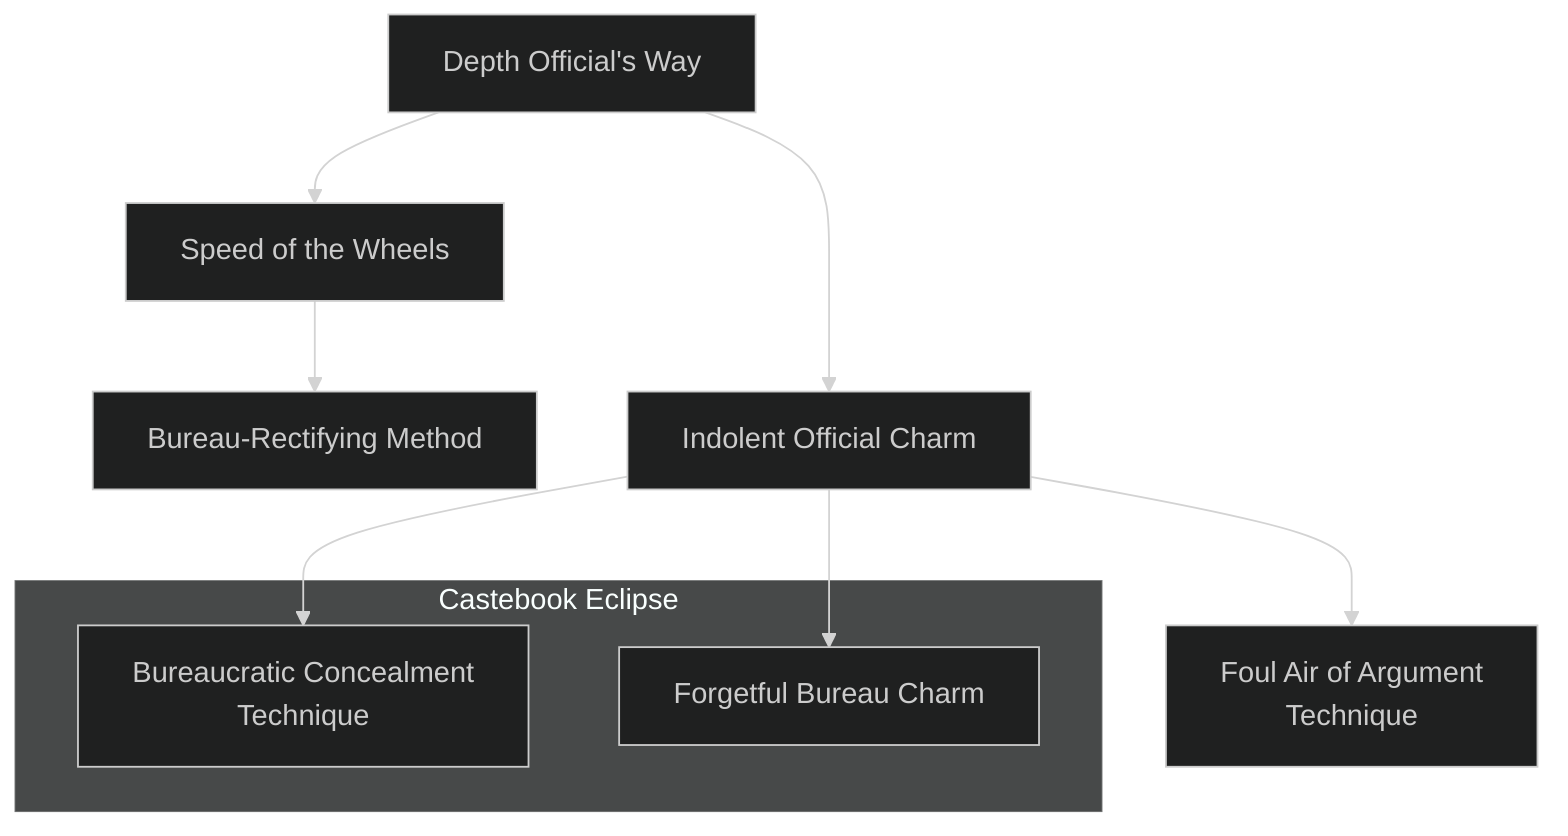
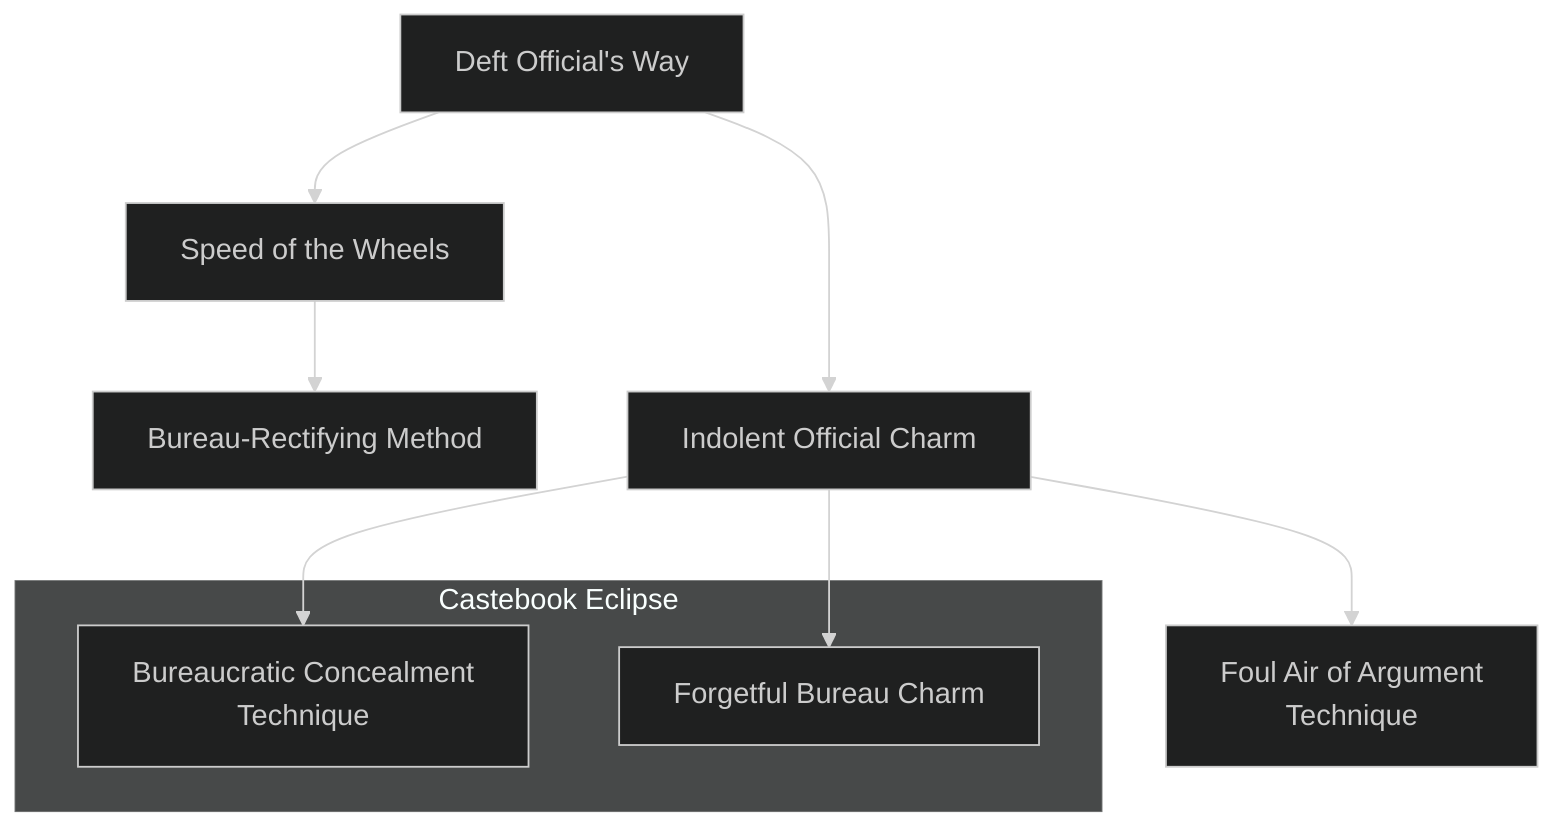
---
config:
  theme: dark
---
flowchart TD


-     depth_officials_way[Depth Official's Way]
-     click depth_officials_way callback "
-         Depth Official's Way<br>
+     deft_officials_way[Deft Official's Way]
+     click deft_officials_way callback "
+         Deft Official's Way<br>
        <br>
        Cost: 6 motes<br>
        Duration: One task<br>
        Type: Simple<br>
        Minimum Bureaucracy: 1<br>
        Minimum Essence: 1<br>
        Prerequisite Charms: None<br>
        <br>
        An Exalted who uses this Charm becomes preternaturally
        adept at navigating through bureaucracies. The
        character can naturally sense who to talk to in order to
        produce results, who expects or is amenable to bribes, which
        functionaries are actually useful or friendly and which are
        simply petty individuals enjoying their tiny sliver of power.
        A player whose character uses this Charm may add the
        character's Essence score in automatic successes to any
        Bureaucracy rolls when attempting to achieve a given result
        in a bureaucracy (for example, obtain a license, passport,
        grant or audience). Note that this Charm does not make the
        impossible possible or allow an impoverished character to
        pay bribes she cannot afford, but it may allow the character
        to find away around such obstacles.
        "

    speed_of_the_wheels[Speed of the Wheels]
-     depth_officials_way --> speed_of_the_wheels
+     deft_officials_way --> speed_of_the_wheels
    click speed_of_the_wheels callback "
        Speed of the Wheels<br>
        <br>
        Cost: 8 motes<br>
        Duration: One task<br>
        Type: Simple<br>
        Minimum Bureaucracy: 3<br>
        Minimum Essence: 2<br>
        Prerequisite Charms: Deft Official's Way<br>
        <br>
        Through the use of this Charm, a character can cause
        a bureaucracy to accomplish a task in record time. An
        Exalted using Speed the Wheels causes the bureaucracy to
        work (her Essence + 1) times faster for the duration of a
        particular job. For example, a character with Essence 3 who
        uses the Speed the Wheels Charm to expedite an appeal to
        the ruler of a city to use the naval dry-docks to repair her ship
        would be able to make the appropriate appointments and
        cause the proper papers to be read four times faster than
        normal. Note that this Charm simply speeds the process, it
        does not increase the character's chances of success. Characters
        who wish to improve their chances of success should
        use Social Charms or Deft Official's Way.
        "

    bureau_rectifying_method[Bureau-Rectifying Method]
    speed_of_the_wheels --> bureau_rectifying_method
    click bureau_rectifying_method callback "
        Bureau-Rectifying Method<br>
        <br>
        Cost: 8 motes, 1 Willpower<br>
        Duration: One investigation<br>
        Type: Simple<br>
        Minimum Bureaucracy: 5<br>
        Minimum Essence: 3<br>
        Prerequisite Charms: Speed the Wheels<br>
        <br>
        An Exalted who knows this Charm may use it to aid in
        an investigation of corruption in a bureaucracy. In order for
        this Charm to work, the character must either request or
        take part in the investigation. The result will be an actual
        investigation — there will be genuine inquiries, real punishments
        and, potentially, even meaningful reform. If this
        Charm is used by an Exalted who is heading an investigation,
        it causes questioned individuals to be much more
        cooperative than they would be otherwise, and subordinates
        who would otherwise go through the motions of their jobs
        will instead actually attempt to ferret out the corruption.<br>
        Note that there is a finite upper limit on the how wide-ranging
        an investigation this Charm can support. If the
        character is reforming an entire bureaucracy, the Storyteller
        should feel free to force him to commit Essence to this
        Charm more than once. Typically, an Exalted can bolster
        the efforts of (her Essence rating × 20) individuals per use of
        this Charm. This Charm does not cause an investigation to
        be launched, merely reinforces one that is already in progress.
        "

    indolent_official_charm[Indolent Official Charm]
-     depth_officials_way ---> indolent_official_charm
+     deft_officials_way ---> indolent_official_charm
    click indolent_official_charm callback "
        Indolent Official Charm<br>
        <br>
        Cost: 4 motes<br>
        Duration: One task<br>
        Type: Simple<br>
        Minimum Bureaucracy: 3<br>
        Minimum Essence: 2<br>
        Prerequisite Charms: Deft Official's Way<br>
        <br>
        Solar Exalted can use their powers to slow as well as
        hasten the actions of a bureaucracy. Through the use of the
        Indolent Official Charm, a character may bring the wheels
        of government to a screeching, grinding halt with regard to
        a single task. Papers will be lost at every turn, every petty
        official who could possibly interfere or request a bribe will do
        so, and petitions and requests will inevitably end up neglected
        at the bottom of the pile. For every point of Essence
        the character possesses, the amount of time the bureaucracy
        needs to accomplish a given task is multiplied by one.<br>
        The character need not be part of the matter to be
        delayed, but must know about the situation well enough to
        specify it. Characters may invest Essence speculatively (for
        example, &quot;the ongoing secret police investigation into my
        affair&quot; is a perfectly valid target, even if the character isn't
        sure one exists) but will not know if the Charm had an
        effect or not — as long as she keeps the Essence committed,
        an investigation that meets her criteria will be hampered.
        As with Bureau-Rectifying Method, there is an upper limit
        to the size of the delay that the character can impose. Each
        use of this Charm can hinder the efforts of a number of
        investigators equal to (the character's Essence * 20).
        "

    foul_air_of_argument_technique[Foul Air of Argument<br>Technique]
    indolent_official_charm --> foul_air_of_argument_technique
    click foul_air_of_argument_technique callback "
        Foul Air of Argument Technique<br>
        <br>
        Cost: 12 motes, 1 Willpower<br>
        Duration: One task<br>
        Type: Simple<br>
        Minimum Bureaucracy: 5<br>
        Minimum Essence: 3<br>
        Prerequisite Charms: Indolent Official Charm<br>
        <br>
        The character can cause a request, project or initiative
        to become the kiss of death for a bureaucracy. Meetings
        produce nothing, initiatives fall into pointless squabbling,
        and departmental infighting hampers even the simplest
        matters. Worse, the fighting spreads, rippling out from the
        issue in question to other matters and, eventually, hamper-
        ing or even crippling the bureaus involved. When
        bureaucracies are subject to the Foul Air of Argument
        Technique, they operate at a fraction of their efficiency
        equal to 1/(1 + the Essence score of the character), so a
        character with Essence 1 would make a bureau work at 1/2
        efficiency, one with Essence 2 would make it work at 1/3,
        Essence 3 at 1/4, and so on. A character cannot use multiple
        invocations of this Charm on the same bureau at once.<br>
        <br>
        Errata:<br>
        This Charm is lacking a Type. Its Type is Simple.
        "

    subgraph Castebook Eclipse
        bureaucratic_concealment_technique[Bureaucratic Concealment<br>Technique]
        click bureaucratic_concealment_technique callback "
            Bureaucratic Concealment Technique<br>
            <br>
            Cost: 4 motes<br>
            Duration: Special<br>
            Type: Simple<br>
            Minimum Bureaucracy: 4<br>
            Minimum Essence: 2<br>
            Prerequisite Charms: Indolent Official Charm<br>
            <br>
            Using this Charm, a character can effectively
            cause a single item to disappear into the depths of a
            bureaucracy and remain hidden from all efforts to find
            it until the Exalted ceases committing Essence to the
            Charm or chooses to retrieve the item herself. The
            item may be virtually anything that can be moved
            through human effort: a letter, an artifact, a piece of
            jewelry — even a statue or the like. It is shuffled from
            place to place, stored and forgotten, and it draws no
            attention to itself. Investigation attempts to find the
            concealed item have their difficulty increased by the
            Exalted's Essence.
            "

        forgetful_bureau_charm[Forgetful Bureau Charm]
        click forgetful_bureau_charm callback "
            Forgetful Bureau Charm<br>
            <br>
            Cost: 10 motes, 1 Willpower<br>
            Duration: Instant<br>
            Type: Simple<br>
            Minimum Bureaucracy: 5<br>
            Minimum Essence: 3<br>
            Prerequisite Charms: Indolent Official Charm<br>
            <br>
            Forgetful Bureau Charm allows an Exalted character
            to erase all evidence of one item or individual
            from a particular bureaucracy. Records are lost or
            destroyed, officials misremember facts, and so forth.
            The effects take some time to make themselves felt.
            A small local bureaucracy is affected within a day.
            Larger organizations may take weeks, or even months,
            before the process is complete. So far as the bureaucracy
            is concerned, the item or individual in question
            does not exist. Those with direct contact with the
            subject still recall it normally, but official records
            and other documentation do not support their recollections.
            New records can come into being after this
            Charm is used, but previous records on the subject
            are permanently lost.<br>
            This Charm allows the Chosen to create difficulties
            for others by eliminating all official record of
            them or for the Exalted to protect their own secrets,
            such as removing evidence of a Circle's activities or of
            the location of a particular Demesne or Manse.
            "
    end

    indolent_official_charm --> bureaucratic_concealment_technique
    indolent_official_charm --> forgetful_bureau_charm
